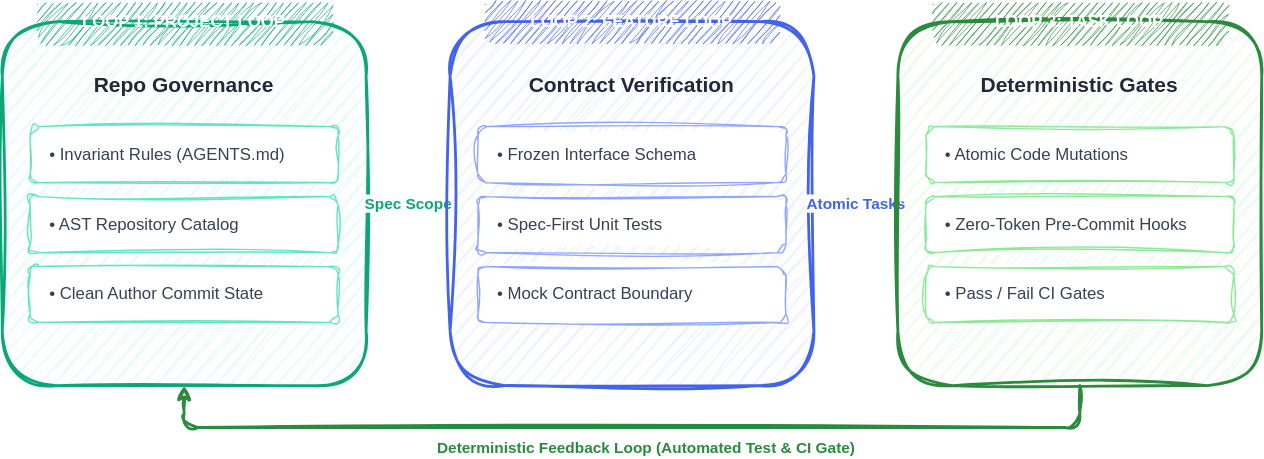
Earlier version of the draw.io export public/diagrams/three-loop-harness.svg (samuelek25k/samuelj90.github.io). Source tidied: cells renumbered, new cells last; positions are measured from the earlier drawing's top-left corner, leaving out a move shared by most shapes. Source of this version:
```xml
<mxGraphModel background="#ffffff">
  <root>
    <mxCell id="0" />
    <mxCell id="1" parent="0" />
    <mxCell id="2" style="rounded=1;whiteSpace=wrap;html=1;sketch=1;curveFitting=1;jiggle=2;fillColor=#e6fcf5;strokeColor=#0ca678;strokeWidth=2;shadow=0;" parent="1" vertex="1">
      <mxGeometry y="15" width="260" height="260" as="geometry" />
    </mxCell>
    <mxCell id="3" value="LOOP 1: PROJECT LOOP" style="rounded=1;whiteSpace=wrap;html=1;sketch=1;curveFitting=1;jiggle=2;fillColor=#0ca678;strokeColor=none;fontColor=#ffffff;fontStyle=1;fontSize=12;fontFamily=Helvetica;" parent="1" vertex="1">
      <mxGeometry x="25" width="210" height="30" as="geometry" />
    </mxCell>
    <mxCell id="4" value="&lt;b&gt;Repo Governance&lt;/b&gt;" style="text;html=1;strokeColor=none;fillColor=none;align=center;verticalAlign=middle;whiteSpace=wrap;rounded=0;fontSize=15;fontFamily=Helvetica;fontColor=#1f2937;" parent="1" vertex="1">
      <mxGeometry x="20" y="45" width="220" height="30" as="geometry" />
    </mxCell>
    <mxCell id="5" value="• Invariant Rules (AGENTS.md)" style="rounded=1;whiteSpace=wrap;html=1;sketch=1;curveFitting=1;jiggle=2;fillColor=#ffffff;strokeColor=#63e6be;fontSize=12;align=left;spacingLeft=12;fontFamily=Helvetica;fontColor=#374151;" parent="1" vertex="1">
      <mxGeometry x="20" y="90" width="220" height="40" as="geometry" />
    </mxCell>
    <mxCell id="6" value="• AST Repository Catalog" style="rounded=1;whiteSpace=wrap;html=1;sketch=1;curveFitting=1;jiggle=2;fillColor=#ffffff;strokeColor=#63e6be;fontSize=12;align=left;spacingLeft=12;fontFamily=Helvetica;fontColor=#374151;" parent="1" vertex="1">
      <mxGeometry x="20" y="140" width="220" height="40" as="geometry" />
    </mxCell>
    <mxCell id="7" value="• Clean Author Commit State" style="rounded=1;whiteSpace=wrap;html=1;sketch=1;curveFitting=1;jiggle=2;fillColor=#ffffff;strokeColor=#63e6be;fontSize=12;align=left;spacingLeft=12;fontFamily=Helvetica;fontColor=#374151;" parent="1" vertex="1">
      <mxGeometry x="20" y="190" width="220" height="40" as="geometry" />
    </mxCell>
    <mxCell id="8" value="&lt;b&gt;Spec Scope&lt;/b&gt;" style="edgeStyle=orthogonalEdgeStyle;rounded=1;jettySize=auto;html=1;strokeColor=#0ca678;strokeWidth=2.5;sketch=1;curveFitting=1;jiggle=2;fontColor=#0ca678;fontSize=11;fontFamily=Helvetica;" parent="1" edge="1" source="2" target="9">
      <mxGeometry relative="1" as="geometry" />
    </mxCell>
    <mxCell id="9" style="rounded=1;whiteSpace=wrap;html=1;sketch=1;curveFitting=1;jiggle=2;fillColor=#edf2ff;strokeColor=#4263eb;strokeWidth=2;shadow=0;" parent="1" vertex="1">
      <mxGeometry x="320" y="15" width="260" height="260" as="geometry" />
    </mxCell>
    <mxCell id="10" value="LOOP 2: FEATURE LOOP" style="rounded=1;whiteSpace=wrap;html=1;sketch=1;curveFitting=1;jiggle=2;fillColor=#4263eb;strokeColor=none;fontColor=#ffffff;fontStyle=1;fontSize=12;fontFamily=Helvetica;" parent="1" vertex="1">
      <mxGeometry x="345" width="210" height="30" as="geometry" />
    </mxCell>
    <mxCell id="11" value="&lt;b&gt;Contract Verification&lt;/b&gt;" style="text;html=1;strokeColor=none;fillColor=none;align=center;verticalAlign=middle;whiteSpace=wrap;rounded=0;fontSize=15;fontFamily=Helvetica;fontColor=#1f2937;" parent="1" vertex="1">
      <mxGeometry x="340" y="45" width="220" height="30" as="geometry" />
    </mxCell>
    <mxCell id="12" value="• Frozen Interface Schema" style="rounded=1;whiteSpace=wrap;html=1;sketch=1;curveFitting=1;jiggle=2;fillColor=#ffffff;strokeColor=#91a7ff;fontSize=12;align=left;spacingLeft=12;fontFamily=Helvetica;fontColor=#374151;" parent="1" vertex="1">
      <mxGeometry x="340" y="90" width="220" height="40" as="geometry" />
    </mxCell>
    <mxCell id="13" value="• Spec-First Unit Tests" style="rounded=1;whiteSpace=wrap;html=1;sketch=1;curveFitting=1;jiggle=2;fillColor=#ffffff;strokeColor=#91a7ff;fontSize=12;align=left;spacingLeft=12;fontFamily=Helvetica;fontColor=#374151;" parent="1" vertex="1">
      <mxGeometry x="340" y="140" width="220" height="40" as="geometry" />
    </mxCell>
    <mxCell id="14" value="• Mock Contract Boundary" style="rounded=1;whiteSpace=wrap;html=1;sketch=1;curveFitting=1;jiggle=2;fillColor=#ffffff;strokeColor=#91a7ff;fontSize=12;align=left;spacingLeft=12;fontFamily=Helvetica;fontColor=#374151;" parent="1" vertex="1">
      <mxGeometry x="340" y="190" width="220" height="40" as="geometry" />
    </mxCell>
    <mxCell id="15" value="&lt;b&gt;Atomic Tasks&lt;/b&gt;" style="edgeStyle=orthogonalEdgeStyle;rounded=1;jettySize=auto;html=1;strokeColor=#4263eb;strokeWidth=2.5;sketch=1;curveFitting=1;jiggle=2;fontColor=#4263eb;fontSize=11;fontFamily=Helvetica;" parent="1" edge="1" source="9" target="16">
      <mxGeometry relative="1" as="geometry" />
    </mxCell>
    <mxCell id="16" style="rounded=1;whiteSpace=wrap;html=1;sketch=1;curveFitting=1;jiggle=2;fillColor=#ebfbee;strokeColor=#2b8a3e;strokeWidth=2;shadow=0;" parent="1" vertex="1">
      <mxGeometry x="640" y="15" width="260" height="260" as="geometry" />
    </mxCell>
    <mxCell id="17" value="LOOP 3: TASK LOOP" style="rounded=1;whiteSpace=wrap;html=1;sketch=1;curveFitting=1;jiggle=2;fillColor=#2b8a3e;strokeColor=none;fontColor=#ffffff;fontStyle=1;fontSize=12;fontFamily=Helvetica;" parent="1" vertex="1">
      <mxGeometry x="665" width="210" height="30" as="geometry" />
    </mxCell>
    <mxCell id="18" value="&lt;b&gt;Deterministic Gates&lt;/b&gt;" style="text;html=1;strokeColor=none;fillColor=none;align=center;verticalAlign=middle;whiteSpace=wrap;rounded=0;fontSize=15;fontFamily=Helvetica;fontColor=#1f2937;" parent="1" vertex="1">
      <mxGeometry x="660" y="45" width="220" height="30" as="geometry" />
    </mxCell>
    <mxCell id="19" value="• Atomic Code Mutations" style="rounded=1;whiteSpace=wrap;html=1;sketch=1;curveFitting=1;jiggle=2;fillColor=#ffffff;strokeColor=#8ce99a;fontSize=12;align=left;spacingLeft=12;fontFamily=Helvetica;fontColor=#374151;" parent="1" vertex="1">
      <mxGeometry x="660" y="90" width="220" height="40" as="geometry" />
    </mxCell>
    <mxCell id="20" value="• Zero-Token Pre-Commit Hooks" style="rounded=1;whiteSpace=wrap;html=1;sketch=1;curveFitting=1;jiggle=2;fillColor=#ffffff;strokeColor=#8ce99a;fontSize=12;align=left;spacingLeft=12;fontFamily=Helvetica;fontColor=#374151;" parent="1" vertex="1">
      <mxGeometry x="660" y="140" width="220" height="40" as="geometry" />
    </mxCell>
    <mxCell id="21" value="• Pass / Fail CI Gates" style="rounded=1;whiteSpace=wrap;html=1;sketch=1;curveFitting=1;jiggle=2;fillColor=#ffffff;strokeColor=#8ce99a;fontSize=12;align=left;spacingLeft=12;fontFamily=Helvetica;fontColor=#374151;" parent="1" vertex="1">
      <mxGeometry x="660" y="190" width="220" height="40" as="geometry" />
    </mxCell>
    <mxCell id="22" value="&lt;b&gt;Deterministic Feedback Loop (Automated Test &amp; CI Gate)&lt;/b&gt;" style="edgeStyle=orthogonalEdgeStyle;rounded=1;jettySize=auto;html=1;entryX=0.5;entryY=1;entryDx=0;entryDy=0;exitX=0.5;exitY=1;exitDx=0;exitDy=0;strokeColor=#2b8a3e;strokeWidth=2;strokeDasharray=4 4;sketch=1;curveFitting=1;jiggle=2;fontColor=#2b8a3e;fontSize=11;fontFamily=Helvetica;" parent="1" edge="1" source="16" target="2">
      <mxGeometry x="-0.03" y="15" relative="1" as="geometry">
        <Array as="points">
          <mxPoint x="770" y="305" />
          <mxPoint x="130" y="305" />
        </Array>
      </mxGeometry>
    </mxCell>
  </root>
</mxGraphModel>
```
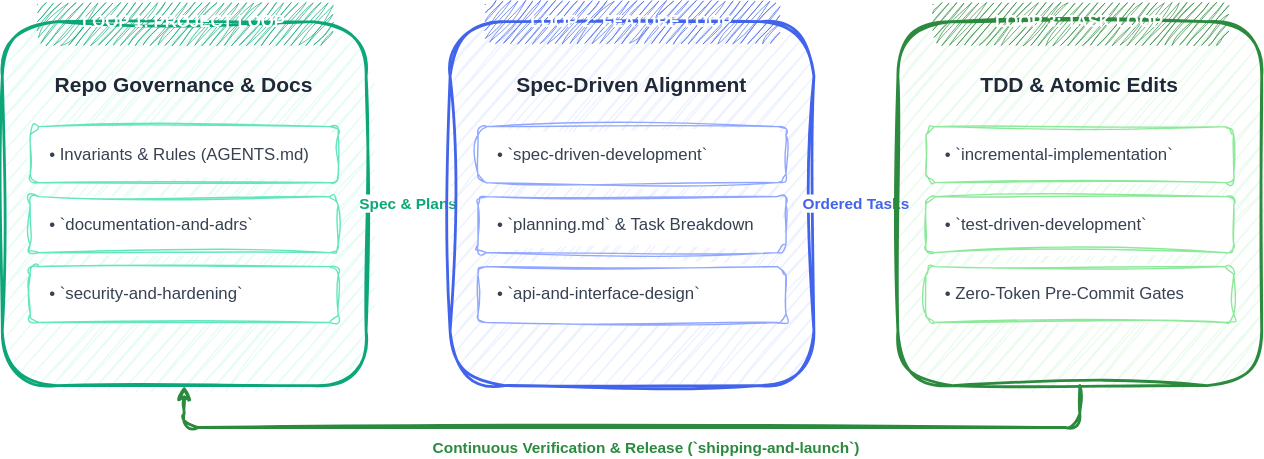
After the commit.

Commit message:
feat(diagrams): update architecture diagrams with consolidated skills layout

Diff of the diagram source:
```diff
@@ -8,19 +8,19 @@
     <mxCell id="3" value="LOOP 1: PROJECT LOOP" style="rounded=1;whiteSpace=wrap;html=1;sketch=1;curveFitting=1;jiggle=2;fillColor=#0ca678;strokeColor=none;fontColor=#ffffff;fontStyle=1;fontSize=12;fontFamily=Helvetica;" parent="1" vertex="1">
       <mxGeometry x="25" width="210" height="30" as="geometry" />
     </mxCell>
-    <mxCell id="4" value="&lt;b&gt;Repo Governance&lt;/b&gt;" style="text;html=1;strokeColor=none;fillColor=none;align=center;verticalAlign=middle;whiteSpace=wrap;rounded=0;fontSize=15;fontFamily=Helvetica;fontColor=#1f2937;" parent="1" vertex="1">
+    <mxCell id="4" value="&lt;b&gt;Repo Governance &amp; Docs&lt;/b&gt;" style="text;html=1;strokeColor=none;fillColor=none;align=center;verticalAlign=middle;whiteSpace=wrap;rounded=0;fontSize=15;fontFamily=Helvetica;fontColor=#1f2937;" parent="1" vertex="1">
       <mxGeometry x="20" y="45" width="220" height="30" as="geometry" />
     </mxCell>
-    <mxCell id="5" value="• Invariant Rules (AGENTS.md)" style="rounded=1;whiteSpace=wrap;html=1;sketch=1;curveFitting=1;jiggle=2;fillColor=#ffffff;strokeColor=#63e6be;fontSize=12;align=left;spacingLeft=12;fontFamily=Helvetica;fontColor=#374151;" parent="1" vertex="1">
+    <mxCell id="5" value="• Invariants &amp; Rules (AGENTS.md)" style="rounded=1;whiteSpace=wrap;html=1;sketch=1;curveFitting=1;jiggle=2;fillColor=#ffffff;strokeColor=#63e6be;fontSize=12;align=left;spacingLeft=12;fontFamily=Helvetica;fontColor=#374151;" parent="1" vertex="1">
       <mxGeometry x="20" y="90" width="220" height="40" as="geometry" />
     </mxCell>
-    <mxCell id="6" value="• AST Repository Catalog" style="rounded=1;whiteSpace=wrap;html=1;sketch=1;curveFitting=1;jiggle=2;fillColor=#ffffff;strokeColor=#63e6be;fontSize=12;align=left;spacingLeft=12;fontFamily=Helvetica;fontColor=#374151;" parent="1" vertex="1">
+    <mxCell id="6" value="• `documentation-and-adrs`" style="rounded=1;whiteSpace=wrap;html=1;sketch=1;curveFitting=1;jiggle=2;fillColor=#ffffff;strokeColor=#63e6be;fontSize=12;align=left;spacingLeft=12;fontFamily=Helvetica;fontColor=#374151;" parent="1" vertex="1">
       <mxGeometry x="20" y="140" width="220" height="40" as="geometry" />
     </mxCell>
-    <mxCell id="7" value="• Clean Author Commit State" style="rounded=1;whiteSpace=wrap;html=1;sketch=1;curveFitting=1;jiggle=2;fillColor=#ffffff;strokeColor=#63e6be;fontSize=12;align=left;spacingLeft=12;fontFamily=Helvetica;fontColor=#374151;" parent="1" vertex="1">
+    <mxCell id="7" value="• `security-and-hardening`" style="rounded=1;whiteSpace=wrap;html=1;sketch=1;curveFitting=1;jiggle=2;fillColor=#ffffff;strokeColor=#63e6be;fontSize=12;align=left;spacingLeft=12;fontFamily=Helvetica;fontColor=#374151;" parent="1" vertex="1">
       <mxGeometry x="20" y="190" width="220" height="40" as="geometry" />
     </mxCell>
-    <mxCell id="8" value="&lt;b&gt;Spec Scope&lt;/b&gt;" style="edgeStyle=orthogonalEdgeStyle;rounded=1;jettySize=auto;html=1;strokeColor=#0ca678;strokeWidth=2.5;sketch=1;curveFitting=1;jiggle=2;fontColor=#0ca678;fontSize=11;fontFamily=Helvetica;" parent="1" edge="1" source="2" target="9">
+    <mxCell id="8" value="&lt;b&gt;Spec &amp; Plans&lt;/b&gt;" style="edgeStyle=orthogonalEdgeStyle;rounded=1;jettySize=auto;html=1;strokeColor=#0ca678;strokeWidth=2.5;sketch=1;curveFitting=1;jiggle=2;fontColor=#0ca678;fontSize=11;fontFamily=Helvetica;" parent="1" edge="1" source="2" target="9">
       <mxGeometry relative="1" as="geometry" />
     </mxCell>
     <mxCell id="9" style="rounded=1;whiteSpace=wrap;html=1;sketch=1;curveFitting=1;jiggle=2;fillColor=#edf2ff;strokeColor=#4263eb;strokeWidth=2;shadow=0;" parent="1" vertex="1">
@@ -29,19 +29,19 @@
     <mxCell id="10" value="LOOP 2: FEATURE LOOP" style="rounded=1;whiteSpace=wrap;html=1;sketch=1;curveFitting=1;jiggle=2;fillColor=#4263eb;strokeColor=none;fontColor=#ffffff;fontStyle=1;fontSize=12;fontFamily=Helvetica;" parent="1" vertex="1">
       <mxGeometry x="345" width="210" height="30" as="geometry" />
     </mxCell>
-    <mxCell id="11" value="&lt;b&gt;Contract Verification&lt;/b&gt;" style="text;html=1;strokeColor=none;fillColor=none;align=center;verticalAlign=middle;whiteSpace=wrap;rounded=0;fontSize=15;fontFamily=Helvetica;fontColor=#1f2937;" parent="1" vertex="1">
+    <mxCell id="11" value="&lt;b&gt;Spec-Driven Alignment&lt;/b&gt;" style="text;html=1;strokeColor=none;fillColor=none;align=center;verticalAlign=middle;whiteSpace=wrap;rounded=0;fontSize=15;fontFamily=Helvetica;fontColor=#1f2937;" parent="1" vertex="1">
       <mxGeometry x="340" y="45" width="220" height="30" as="geometry" />
     </mxCell>
-    <mxCell id="12" value="• Frozen Interface Schema" style="rounded=1;whiteSpace=wrap;html=1;sketch=1;curveFitting=1;jiggle=2;fillColor=#ffffff;strokeColor=#91a7ff;fontSize=12;align=left;spacingLeft=12;fontFamily=Helvetica;fontColor=#374151;" parent="1" vertex="1">
+    <mxCell id="12" value="• `spec-driven-development`" style="rounded=1;whiteSpace=wrap;html=1;sketch=1;curveFitting=1;jiggle=2;fillColor=#ffffff;strokeColor=#91a7ff;fontSize=12;align=left;spacingLeft=12;fontFamily=Helvetica;fontColor=#374151;" parent="1" vertex="1">
       <mxGeometry x="340" y="90" width="220" height="40" as="geometry" />
     </mxCell>
-    <mxCell id="13" value="• Spec-First Unit Tests" style="rounded=1;whiteSpace=wrap;html=1;sketch=1;curveFitting=1;jiggle=2;fillColor=#ffffff;strokeColor=#91a7ff;fontSize=12;align=left;spacingLeft=12;fontFamily=Helvetica;fontColor=#374151;" parent="1" vertex="1">
+    <mxCell id="13" value="• `planning.md` &amp; Task Breakdown" style="rounded=1;whiteSpace=wrap;html=1;sketch=1;curveFitting=1;jiggle=2;fillColor=#ffffff;strokeColor=#91a7ff;fontSize=12;align=left;spacingLeft=12;fontFamily=Helvetica;fontColor=#374151;" parent="1" vertex="1">
       <mxGeometry x="340" y="140" width="220" height="40" as="geometry" />
     </mxCell>
-    <mxCell id="14" value="• Mock Contract Boundary" style="rounded=1;whiteSpace=wrap;html=1;sketch=1;curveFitting=1;jiggle=2;fillColor=#ffffff;strokeColor=#91a7ff;fontSize=12;align=left;spacingLeft=12;fontFamily=Helvetica;fontColor=#374151;" parent="1" vertex="1">
+    <mxCell id="14" value="• `api-and-interface-design`" style="rounded=1;whiteSpace=wrap;html=1;sketch=1;curveFitting=1;jiggle=2;fillColor=#ffffff;strokeColor=#91a7ff;fontSize=12;align=left;spacingLeft=12;fontFamily=Helvetica;fontColor=#374151;" parent="1" vertex="1">
       <mxGeometry x="340" y="190" width="220" height="40" as="geometry" />
     </mxCell>
-    <mxCell id="15" value="&lt;b&gt;Atomic Tasks&lt;/b&gt;" style="edgeStyle=orthogonalEdgeStyle;rounded=1;jettySize=auto;html=1;strokeColor=#4263eb;strokeWidth=2.5;sketch=1;curveFitting=1;jiggle=2;fontColor=#4263eb;fontSize=11;fontFamily=Helvetica;" parent="1" edge="1" source="9" target="16">
+    <mxCell id="15" value="&lt;b&gt;Ordered Tasks&lt;/b&gt;" style="edgeStyle=orthogonalEdgeStyle;rounded=1;jettySize=auto;html=1;strokeColor=#4263eb;strokeWidth=2.5;sketch=1;curveFitting=1;jiggle=2;fontColor=#4263eb;fontSize=11;fontFamily=Helvetica;" parent="1" edge="1" source="9" target="16">
       <mxGeometry relative="1" as="geometry" />
     </mxCell>
     <mxCell id="16" style="rounded=1;whiteSpace=wrap;html=1;sketch=1;curveFitting=1;jiggle=2;fillColor=#ebfbee;strokeColor=#2b8a3e;strokeWidth=2;shadow=0;" parent="1" vertex="1">
@@ -50,19 +50,19 @@
     <mxCell id="17" value="LOOP 3: TASK LOOP" style="rounded=1;whiteSpace=wrap;html=1;sketch=1;curveFitting=1;jiggle=2;fillColor=#2b8a3e;strokeColor=none;fontColor=#ffffff;fontStyle=1;fontSize=12;fontFamily=Helvetica;" parent="1" vertex="1">
       <mxGeometry x="665" width="210" height="30" as="geometry" />
     </mxCell>
-    <mxCell id="18" value="&lt;b&gt;Deterministic Gates&lt;/b&gt;" style="text;html=1;strokeColor=none;fillColor=none;align=center;verticalAlign=middle;whiteSpace=wrap;rounded=0;fontSize=15;fontFamily=Helvetica;fontColor=#1f2937;" parent="1" vertex="1">
+    <mxCell id="18" value="&lt;b&gt;TDD &amp; Atomic Edits&lt;/b&gt;" style="text;html=1;strokeColor=none;fillColor=none;align=center;verticalAlign=middle;whiteSpace=wrap;rounded=0;fontSize=15;fontFamily=Helvetica;fontColor=#1f2937;" parent="1" vertex="1">
       <mxGeometry x="660" y="45" width="220" height="30" as="geometry" />
     </mxCell>
-    <mxCell id="19" value="• Atomic Code Mutations" style="rounded=1;whiteSpace=wrap;html=1;sketch=1;curveFitting=1;jiggle=2;fillColor=#ffffff;strokeColor=#8ce99a;fontSize=12;align=left;spacingLeft=12;fontFamily=Helvetica;fontColor=#374151;" parent="1" vertex="1">
+    <mxCell id="19" value="• `incremental-implementation`" style="rounded=1;whiteSpace=wrap;html=1;sketch=1;curveFitting=1;jiggle=2;fillColor=#ffffff;strokeColor=#8ce99a;fontSize=12;align=left;spacingLeft=12;fontFamily=Helvetica;fontColor=#374151;" parent="1" vertex="1">
       <mxGeometry x="660" y="90" width="220" height="40" as="geometry" />
     </mxCell>
-    <mxCell id="20" value="• Zero-Token Pre-Commit Hooks" style="rounded=1;whiteSpace=wrap;html=1;sketch=1;curveFitting=1;jiggle=2;fillColor=#ffffff;strokeColor=#8ce99a;fontSize=12;align=left;spacingLeft=12;fontFamily=Helvetica;fontColor=#374151;" parent="1" vertex="1">
+    <mxCell id="20" value="• `test-driven-development`" style="rounded=1;whiteSpace=wrap;html=1;sketch=1;curveFitting=1;jiggle=2;fillColor=#ffffff;strokeColor=#8ce99a;fontSize=12;align=left;spacingLeft=12;fontFamily=Helvetica;fontColor=#374151;" parent="1" vertex="1">
       <mxGeometry x="660" y="140" width="220" height="40" as="geometry" />
     </mxCell>
-    <mxCell id="21" value="• Pass / Fail CI Gates" style="rounded=1;whiteSpace=wrap;html=1;sketch=1;curveFitting=1;jiggle=2;fillColor=#ffffff;strokeColor=#8ce99a;fontSize=12;align=left;spacingLeft=12;fontFamily=Helvetica;fontColor=#374151;" parent="1" vertex="1">
+    <mxCell id="21" value="• Zero-Token Pre-Commit Gates" style="rounded=1;whiteSpace=wrap;html=1;sketch=1;curveFitting=1;jiggle=2;fillColor=#ffffff;strokeColor=#8ce99a;fontSize=12;align=left;spacingLeft=12;fontFamily=Helvetica;fontColor=#374151;" parent="1" vertex="1">
       <mxGeometry x="660" y="190" width="220" height="40" as="geometry" />
     </mxCell>
-    <mxCell id="22" value="&lt;b&gt;Deterministic Feedback Loop (Automated Test &amp; CI Gate)&lt;/b&gt;" style="edgeStyle=orthogonalEdgeStyle;rounded=1;jettySize=auto;html=1;entryX=0.5;entryY=1;entryDx=0;entryDy=0;exitX=0.5;exitY=1;exitDx=0;exitDy=0;strokeColor=#2b8a3e;strokeWidth=2;strokeDasharray=4 4;sketch=1;curveFitting=1;jiggle=2;fontColor=#2b8a3e;fontSize=11;fontFamily=Helvetica;" parent="1" edge="1" source="16" target="2">
+    <mxCell id="22" value="&lt;b&gt;Continuous Verification &amp; Release (`shipping-and-launch`)&lt;/b&gt;" style="edgeStyle=orthogonalEdgeStyle;rounded=1;jettySize=auto;html=1;entryX=0.5;entryY=1;entryDx=0;entryDy=0;exitX=0.5;exitY=1;exitDx=0;exitDy=0;strokeColor=#2b8a3e;strokeWidth=2;strokeDasharray=4 4;sketch=1;curveFitting=1;jiggle=2;fontColor=#2b8a3e;fontSize=11;fontFamily=Helvetica;" parent="1" edge="1" source="16" target="2">
       <mxGeometry x="-0.03" y="15" relative="1" as="geometry">
         <Array as="points">
           <mxPoint x="770" y="305" />
```
